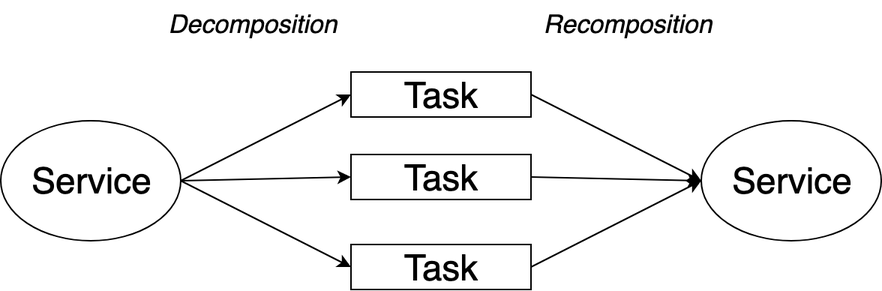
This is documents/overleaf/figures/service-composition.png from slienau/bachelor-thesis, a draw.io export, as it was before one commit. Source tidied: cells renumbered, new cells last; positions are measured from the earlier drawing's top-left corner, leaving out a move shared by most shapes. Source of this version:
```xml
<mxGraphModel>
  <root>
    <mxCell id="0" />
    <mxCell id="1" parent="0" />
    <mxCell id="2" value="Service" style="ellipse;whiteSpace=wrap;html=1;fontSize=24;" parent="1" vertex="1">
      <mxGeometry y="78" width="120" height="80" as="geometry" />
    </mxCell>
    <mxCell id="3" value="Task" style="rounded=0;whiteSpace=wrap;html=1;fontSize=24;" parent="1" vertex="1">
      <mxGeometry x="233.5" y="45.5" width="120" height="30" as="geometry" />
    </mxCell>
    <mxCell id="4" value="Task" style="rounded=0;whiteSpace=wrap;html=1;fontSize=24;" parent="1" vertex="1">
      <mxGeometry x="233.5" y="160.5" width="120" height="30" as="geometry" />
    </mxCell>
    <mxCell id="5" value="Task" style="rounded=0;whiteSpace=wrap;html=1;fontSize=24;" parent="1" vertex="1">
      <mxGeometry x="233.5" y="100.5" width="120" height="30" as="geometry" />
    </mxCell>
    <mxCell id="6" style="endArrow=classic;html=1;fontSize=24;entryX=0;entryY=0.5;entryDx=0;entryDy=0;exitX=1;exitY=0.5;exitDx=0;exitDy=0;" parent="1" edge="1" source="2" target="3">
      <mxGeometry relative="1" as="geometry" />
    </mxCell>
    <mxCell id="7" style="endArrow=classic;html=1;fontSize=24;entryX=0;entryY=0.5;entryDx=0;entryDy=0;" parent="1" edge="1" target="5">
      <mxGeometry relative="1" as="geometry">
        <mxPoint x="120" y="118" as="sourcePoint" />
      </mxGeometry>
    </mxCell>
    <mxCell id="8" style="endArrow=classic;html=1;fontSize=24;entryX=0;entryY=0.5;entryDx=0;entryDy=0;exitX=1;exitY=0.5;exitDx=0;exitDy=0;" parent="1" edge="1" source="2" target="4">
      <mxGeometry relative="1" as="geometry" />
    </mxCell>
    <mxCell id="9" value="&lt;i&gt;&lt;font style=&quot;font-size: 17px&quot;&gt;Decomposition&lt;/font&gt;&lt;/i&gt;" style="text;html=1;strokeColor=none;fillColor=none;align=center;verticalAlign=middle;whiteSpace=wrap;rounded=0;fontSize=24;" parent="1" vertex="1">
      <mxGeometry x="148.5" y="0.5" width="40" height="20" as="geometry" />
    </mxCell>
    <mxCell id="10" value="Service" style="ellipse;whiteSpace=wrap;html=1;fontSize=24;" parent="1" vertex="1">
      <mxGeometry x="467" y="78" width="120" height="80" as="geometry" />
    </mxCell>
    <mxCell id="11" style="endArrow=classic;html=1;fontSize=24;exitX=1;exitY=0.5;exitDx=0;exitDy=0;entryX=0;entryY=0.5;entryDx=0;entryDy=0;" parent="1" edge="1" source="3" target="10">
      <mxGeometry relative="1" as="geometry" />
    </mxCell>
    <mxCell id="12" style="endArrow=classic;html=1;fontSize=24;exitX=1;exitY=0.5;exitDx=0;exitDy=0;entryX=0;entryY=0.5;entryDx=0;entryDy=0;" parent="1" edge="1" source="5" target="10">
      <mxGeometry relative="1" as="geometry" />
    </mxCell>
    <mxCell id="13" style="endArrow=classic;html=1;fontSize=24;exitX=1;exitY=0.5;exitDx=0;exitDy=0;entryX=0;entryY=0.5;entryDx=0;entryDy=0;" parent="1" edge="1" source="4" target="10">
      <mxGeometry relative="1" as="geometry" />
    </mxCell>
    <mxCell id="14" value="&lt;i&gt;&lt;font style=&quot;font-size: 17px&quot;&gt;Recomposition&lt;/font&gt;&lt;/i&gt;" style="text;html=1;strokeColor=none;fillColor=none;align=center;verticalAlign=middle;whiteSpace=wrap;rounded=0;fontSize=24;" parent="1" vertex="1">
      <mxGeometry x="398.5" y="0.5" width="40" height="20" as="geometry" />
    </mxCell>
  </root>
</mxGraphModel>
```
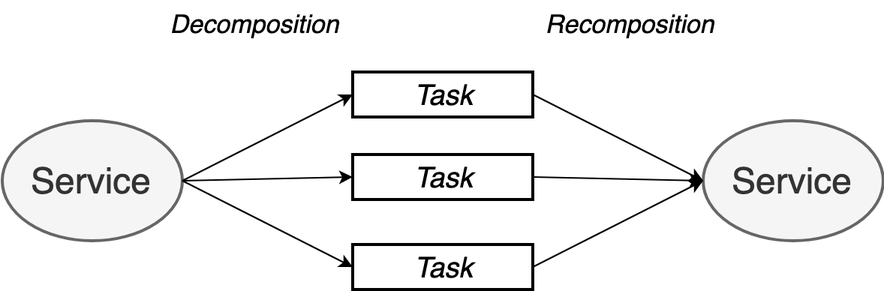
The same diagram one commit later.

Change to the diagram source:
```diff
@@ -2,16 +2,16 @@
   <root>
     <mxCell id="0" />
     <mxCell id="1" parent="0" />
-    <mxCell id="2" value="Service" style="ellipse;whiteSpace=wrap;html=1;fontSize=24;" parent="1" vertex="1">
+    <mxCell id="2" value="Service" style="ellipse;whiteSpace=wrap;html=1;fontSize=24;strokeWidth=2;fillColor=#f5f5f5;strokeColor=#666666;fontColor=#333333;" parent="1" vertex="1">
       <mxGeometry y="78" width="120" height="80" as="geometry" />
     </mxCell>
-    <mxCell id="3" value="Task" style="rounded=0;whiteSpace=wrap;html=1;fontSize=24;" parent="1" vertex="1">
+    <mxCell id="3" value="Task" style="rounded=0;whiteSpace=wrap;html=1;fontSize=19;strokeWidth=2;fontStyle=2;" parent="1" vertex="1">
       <mxGeometry x="233.5" y="45.5" width="120" height="30" as="geometry" />
     </mxCell>
-    <mxCell id="4" value="Task" style="rounded=0;whiteSpace=wrap;html=1;fontSize=24;" parent="1" vertex="1">
+    <mxCell id="4" value="Task" style="rounded=0;whiteSpace=wrap;html=1;fontSize=19;strokeWidth=2;fontStyle=2;" parent="1" vertex="1">
       <mxGeometry x="233.5" y="160.5" width="120" height="30" as="geometry" />
     </mxCell>
-    <mxCell id="5" value="Task" style="rounded=0;whiteSpace=wrap;html=1;fontSize=24;" parent="1" vertex="1">
+    <mxCell id="5" value="Task" style="rounded=0;whiteSpace=wrap;html=1;fontSize=19;strokeWidth=2;fontStyle=2;" parent="1" vertex="1">
       <mxGeometry x="233.5" y="100.5" width="120" height="30" as="geometry" />
     </mxCell>
     <mxCell id="6" style="endArrow=classic;html=1;fontSize=24;entryX=0;entryY=0.5;entryDx=0;entryDy=0;exitX=1;exitY=0.5;exitDx=0;exitDy=0;" parent="1" edge="1" source="2" target="3">
@@ -28,7 +28,7 @@
     <mxCell id="9" value="&lt;i&gt;&lt;font style=&quot;font-size: 17px&quot;&gt;Decomposition&lt;/font&gt;&lt;/i&gt;" style="text;html=1;strokeColor=none;fillColor=none;align=center;verticalAlign=middle;whiteSpace=wrap;rounded=0;fontSize=24;" parent="1" vertex="1">
       <mxGeometry x="148.5" y="0.5" width="40" height="20" as="geometry" />
     </mxCell>
-    <mxCell id="10" value="Service" style="ellipse;whiteSpace=wrap;html=1;fontSize=24;" parent="1" vertex="1">
+    <mxCell id="10" value="Service" style="ellipse;whiteSpace=wrap;html=1;fontSize=24;strokeWidth=2;fillColor=#f5f5f5;strokeColor=#666666;fontColor=#333333;" parent="1" vertex="1">
       <mxGeometry x="467" y="78" width="120" height="80" as="geometry" />
     </mxCell>
     <mxCell id="11" style="endArrow=classic;html=1;fontSize=24;exitX=1;exitY=0.5;exitDx=0;exitDy=0;entryX=0;entryY=0.5;entryDx=0;entryDy=0;" parent="1" edge="1" source="3" target="10">
```
